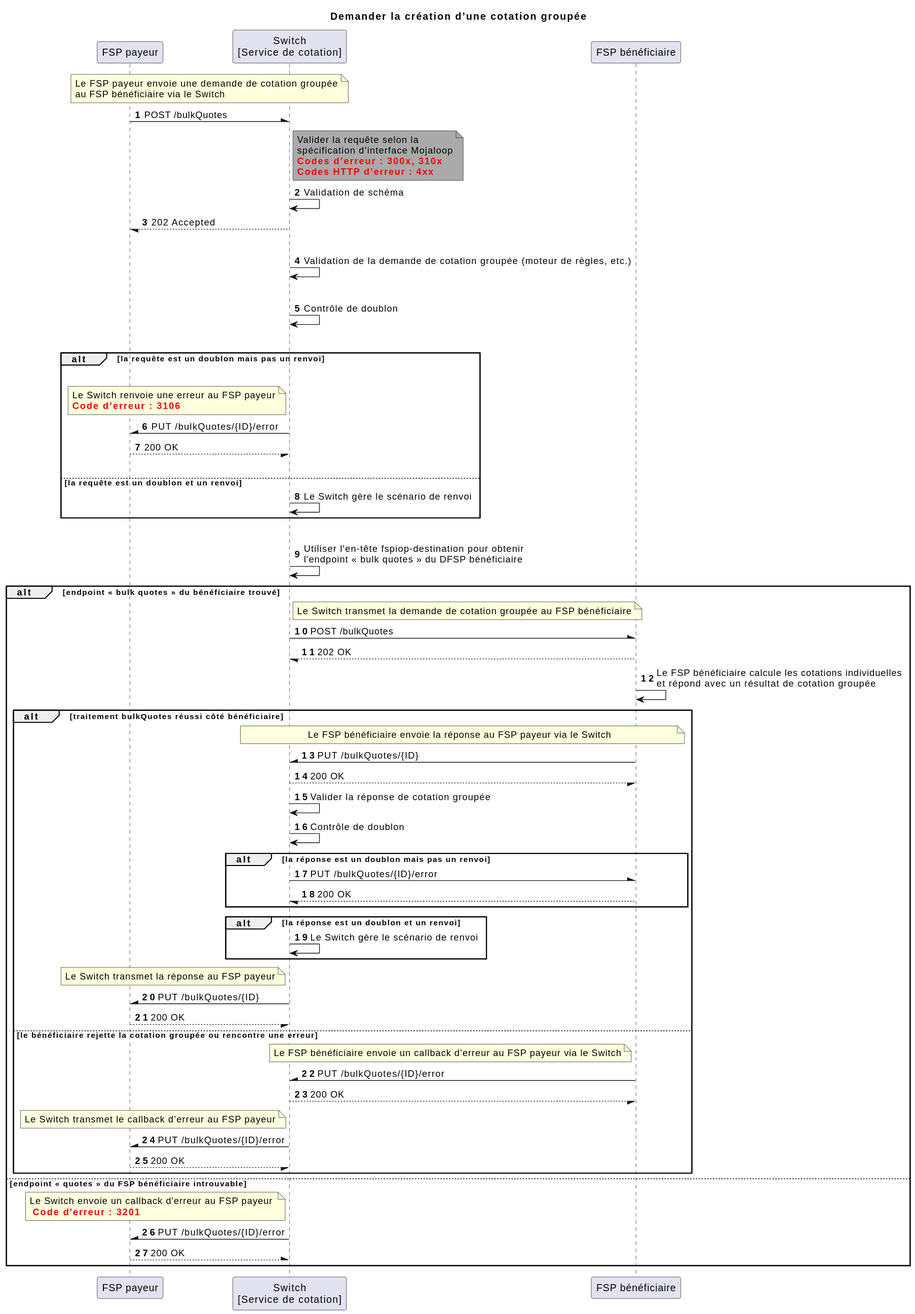
This is docs/fr/technical/technical/quoting-service/assets/diagrams/sequence/seq-post-bulk-quotes-2.2.0.svg from mojaloop/documentation, a PlantUML export, as it was before one commit. Its source is kept beside it as docs/fr/technical/technical/quoting-service/assets/diagrams/sequence/seq-post-bulk-quotes-2.2.0.plantuml.
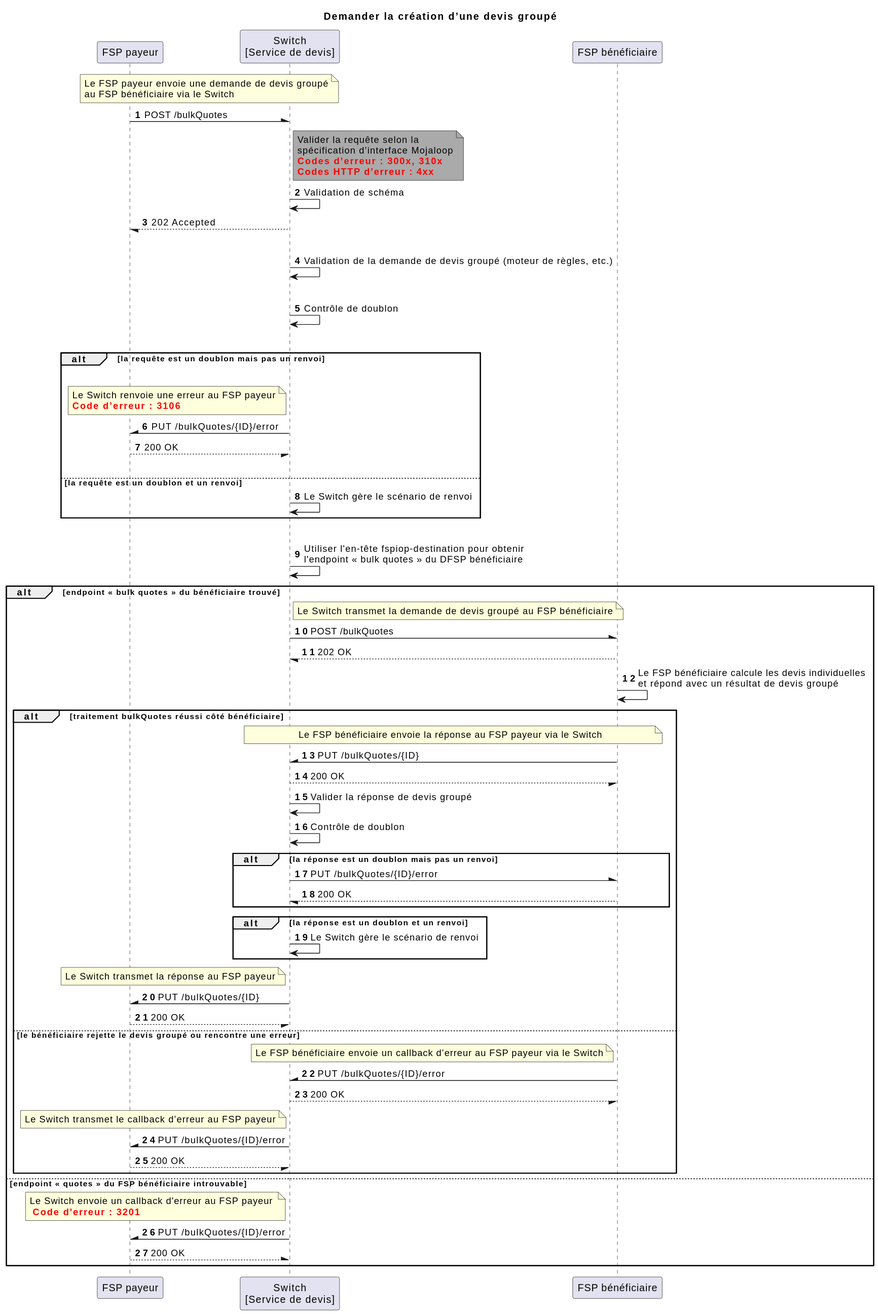
The same diagram one commit later.

What changed in the source:
```diff
@@ -1,11 +1,11 @@
 @startuml
-Title Demander la création d’une cotation groupée
+Title Demander la création d’une devis groupé
 participant "FSP payeur" as PayerFSP
-participant "Switch\n[Service de cotation]" as Switch
+participant "Switch\n[Service de devis]" as Switch
 participant "FSP bénéficiaire" as PayeeFSP
 autonumber
 
-note over PayerFSP, Switch: Le FSP payeur envoie une demande de cotation groupée\nau FSP bénéficiaire via le Switch
+note over PayerFSP, Switch: Le FSP payeur envoie une demande de devis groupé\nau FSP bénéficiaire via le Switch
 PayerFSP -\ Switch: POST /bulkQuotes
 note right of Switch #aaa
     Valider la requête selon la
@@ -16,7 +16,7 @@
 Switch -> Switch: Validation de schéma
 PayerFSP \-- Switch: 202 Accepted
 |||
-Switch -> Switch: Validation de la demande de cotation groupée (moteur de règles, etc.)
+Switch -> Switch: Validation de la demande de devis groupé (moteur de règles, etc.)
 |||
 Switch -> Switch: Contrôle de doublon
 |||
@@ -35,17 +35,17 @@
 |||
 Switch -> Switch: Utiliser l'en-tête fspiop-destination pour obtenir\nl'endpoint « bulk quotes » du DFSP bénéficiaire
 alt endpoint « bulk quotes » du bénéficiaire trouvé
-    note right of Switch: Le Switch transmet la demande de cotation groupée au FSP bénéficiaire
+    note right of Switch: Le Switch transmet la demande de devis groupé au FSP bénéficiaire
     Switch -\ PayeeFSP: POST /bulkQuotes
     Switch \-- PayeeFSP: 202 OK
 
-    PayeeFSP -> PayeeFSP: Le FSP bénéficiaire calcule les cotations individuelles\net répond avec un résultat de cotation groupée
+    PayeeFSP -> PayeeFSP: Le FSP bénéficiaire calcule les devis individuelles\net répond avec un résultat de devis groupé
     alt traitement bulkQuotes réussi côté bénéficiaire
         note over PayeeFSP, Switch: Le FSP bénéficiaire envoie la réponse au FSP payeur via le Switch
         Switch /- PayeeFSP: PUT /bulkQuotes/{ID}
         Switch --/ PayeeFSP: 200 OK
 
-        Switch -> Switch: Valider la réponse de cotation groupée
+        Switch -> Switch: Valider la réponse de devis groupé
         Switch -> Switch: Contrôle de doublon
         alt la réponse est un doublon mais pas un renvoi
             Switch -\ PayeeFSP: PUT /bulkQuotes/{ID}/error
@@ -58,7 +58,7 @@
         note left of Switch: Le Switch transmet la réponse au FSP payeur
         PayerFSP /- Switch: PUT /bulkQuotes/{ID}
         PayerFSP --/ Switch: 200 OK
-    else le bénéficiaire rejette la cotation groupée ou rencontre une erreur
+    else le bénéficiaire rejette le devis groupé ou rencontre une erreur
         note left of PayeeFSP: Le FSP bénéficiaire envoie un callback d’erreur au FSP payeur via le Switch
         Switch /- PayeeFSP: PUT /bulkQuotes/{ID}/error
         Switch --/ PayeeFSP: 200 OK
```
